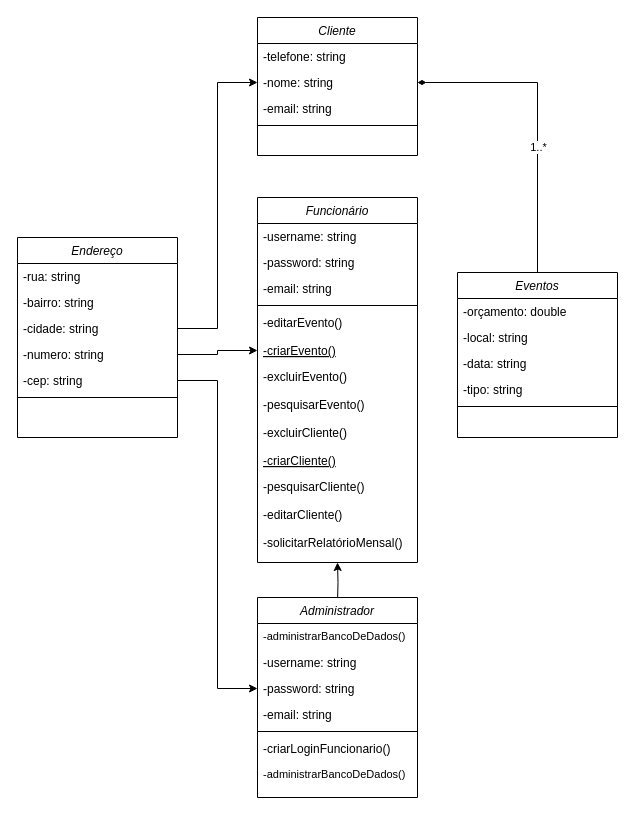
The draw.io diagram 4° Período/Análise e Projeto de Sistemas (Janderson)/Atividade 02/Diagrama de Classes (Buffet LuDa).drawio in lucaslucenak/cc-UEPB, before the edit. Source tidied: cells renumbered, new cells numbered last; positions are measured from the earlier drawing's top-left corner, leaving out a move shared by most shapes. Both pictures are drawn from the tidied source at 100%, with x=0, y=0 at pixel (17, 17).
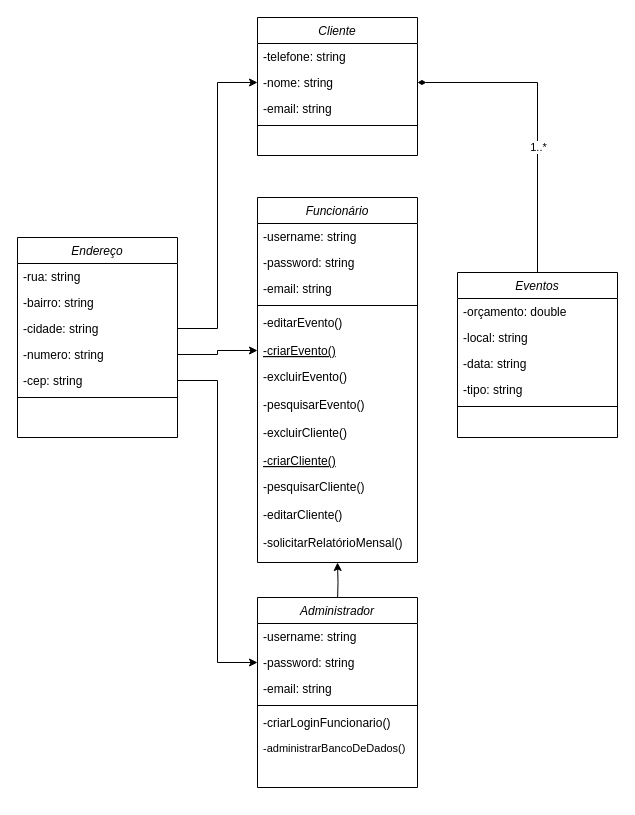
The same diagram, later.

Commit message (it also covers changes not shown here):
added diagram de classes atualizasdo in atividade02 APS

Change to the diagram source:
```diff
@@
     <mxCell id="30" value="Administrador" style="swimlane;fontStyle=2;align=center;verticalAlign=top;horizontal=1;startSize=26;rounded=0;shadow=0;strokeWidth=1;" parent="1" vertex="1">
-      <mxGeometry x="240" y="580" width="160" height="200" as="geometry" />
+      <mxGeometry x="240" y="580" width="160" height="190" as="geometry" />
     </mxCell>
-    <mxCell id="31" value="-administrarBancoDeDados()" style="text;align=left;verticalAlign=top;spacingLeft=4;spacingRight=4;overflow=hidden;fontSize=11;" parent="30" vertex="1">
-      <mxGeometry y="26" width="160" height="26" as="geometry" />
-    </mxCell>
     <mxCell id="32" value="-username: string    " style="text;align=left;verticalAlign=top;spacingLeft=4;spacingRight=4;overflow=hidden;rounded=0;shadow=0;html=0;" parent="30" vertex="1">
-      <mxGeometry y="52" width="160" height="26" as="geometry" />
+      <mxGeometry y="26" width="160" height="26" as="geometry" />
     </mxCell>
     <mxCell id="33" value="-password: string" style="text;align=left;verticalAlign=top;spacingLeft=4;spacingRight=4;overflow=hidden;points=[[0,0.5],[1,0.5]];portConstraint=eastwest;" parent="30" vertex="1">
-      <mxGeometry y="78" width="160" height="26" as="geometry" />
+      <mxGeometry y="52" width="160" height="26" as="geometry" />
     </mxCell>
     <mxCell id="34" value="-email: string" style="text;align=left;verticalAlign=top;spacingLeft=4;spacingRight=4;overflow=hidden;rounded=0;shadow=0;html=0;" parent="30" vertex="1">
-      <mxGeometry y="104" width="160" height="26" as="geometry" />
+      <mxGeometry y="78" width="160" height="26" as="geometry" />
     </mxCell>
     <mxCell id="35" style="line;html=1;strokeWidth=1;align=left;verticalAlign=middle;spacingTop=-1;spacingLeft=3;spacingRight=3;labelPosition=right;" parent="30" vertex="1">
-      <mxGeometry y="130" width="160" height="8" as="geometry" />
+      <mxGeometry y="104" width="160" height="8" as="geometry" />
     </mxCell>
     <mxCell id="36" value="-criarLoginFuncionario()" style="text;align=left;verticalAlign=top;spacingLeft=4;spacingRight=4;overflow=hidden;" parent="30" vertex="1">
-      <mxGeometry y="138" width="160" height="26" as="geometry" />
+      <mxGeometry y="112" width="160" height="26" as="geometry" />
     </mxCell>
     <mxCell id="37" value="-administrarBancoDeDados()" style="text;align=left;verticalAlign=top;spacingLeft=4;spacingRight=4;overflow=hidden;fontSize=11;" parent="30" vertex="1">
-      <mxGeometry y="164" width="160" height="26" as="geometry" />
+      <mxGeometry y="138" width="160" height="26" as="geometry" />
     </mxCell>
```
